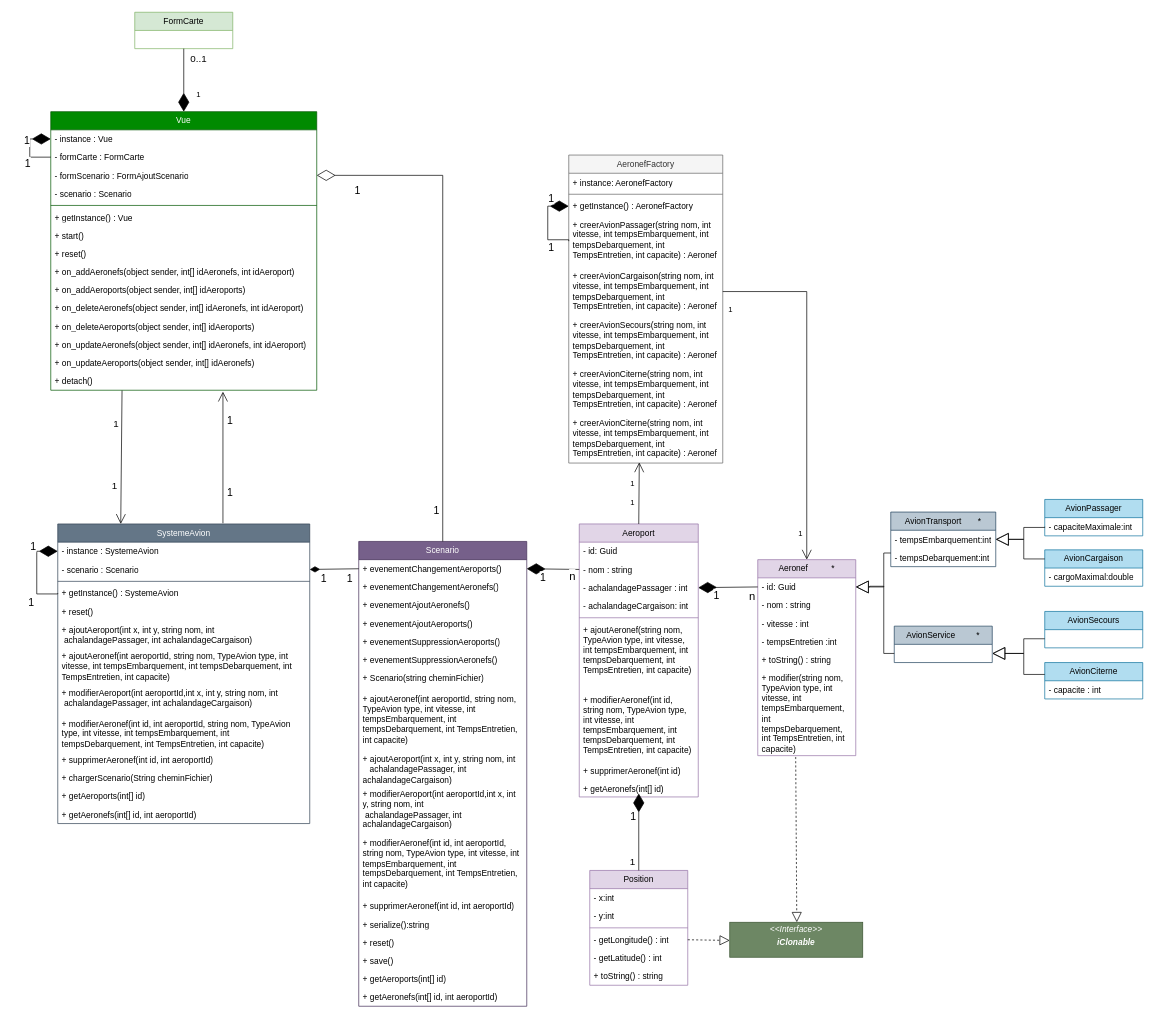
Before: Aviyons.drawio in felixcharbonneau/Echec, a draw.io diagram. Source tidied: cells renumbered, new cells numbered last; positions are measured from the earlier drawing's top-left corner, leaving out a move shared by most shapes. Both pictures are drawn from the tidied source at 70%, with x=0, y=0 at pixel (29, 12).
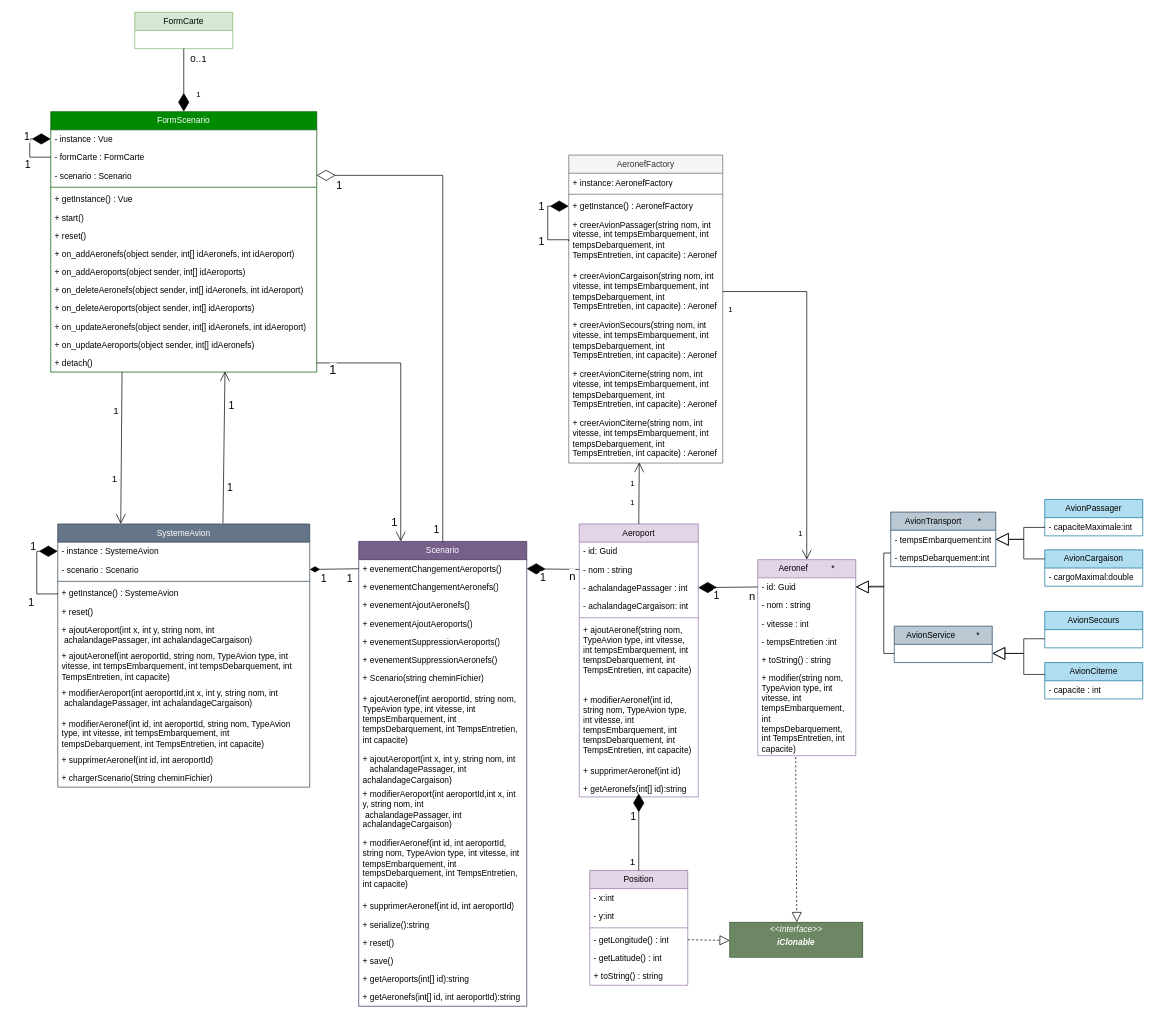
Above is the later version.

The change refers to these unchanged cells:
```xml
<mxCell id="26" style="endArrow=diamondThin;endFill=1;endSize=24;html=1;rounded=0;exitX=0;exitY=0.5;exitDx=0;exitDy=0;edgeStyle=orthogonalEdgeStyle;entryX=0;entryY=0.5;entryDx=0;entryDy=0;" parent="19" edge="1" source="21" target="20">
  <mxGeometry relative="1" as="geometry">
    <Array as="points">
      <mxPoint x="-30" y="65" />
      <mxPoint x="-30" y="39" />
    </Array>
  </mxGeometry>
</mxCell>
<mxCell id="44" value="Scenario" style="swimlane;fontStyle=0;horizontal=1;startSize=26;fillColor=#76608a;whiteSpace=wrap;html=1;strokeColor=#432D57;fontColor=#ffffff;" parent="1" vertex="1">
  <mxGeometry x="470" y="756" width="240" height="664" as="geometry" />
</mxCell>
<mxCell id="72" value="Aeroport" style="swimlane;fontStyle=0;horizontal=1;startSize=26;fillColor=#e1d5e7;whiteSpace=wrap;html=1;strokeColor=#9673a6;" parent="1" vertex="1">
  <mxGeometry x="785" y="731" width="170" height="390" as="geometry" />
</mxCell>
<mxCell id="130" style="endArrow=diamondThin;endFill=1;endSize=24;html=1;rounded=0;exitX=0;exitY=0.5;exitDx=0;exitDy=0;edgeStyle=orthogonalEdgeStyle;entryX=0;entryY=0.5;entryDx=0;entryDy=0;" parent="121" edge="1" source="125" target="124">
  <mxGeometry relative="1" as="geometry">
    <Array as="points">
      <mxPoint y="121" />
      <mxPoint x="-30" y="121" />
      <mxPoint x="-30" y="73" />
    </Array>
  </mxGeometry>
</mxCell>
```

The edit, as a diff of the source:
```diff
@@
     <mxCell id="2" value="SystemeAvion" style="swimlane;fontStyle=0;horizontal=1;startSize=26;fillColor=#647687;whiteSpace=wrap;html=1;strokeColor=#314354;fontColor=#ffffff;" parent="1" vertex="1">
-      <mxGeometry x="40" y="731" width="360" height="428" as="geometry" />
+      <mxGeometry x="40" y="731" width="360" height="376" as="geometry" />
     </mxCell>
@@
-    <mxCell id="17" value="+ getAeroports(int[] id)" style="text;strokeColor=none;fillColor=none;align=left;verticalAlign=top;spacingLeft=4;spacingRight=4;overflow=hidden;whiteSpace=wrap;html=1;" parent="2" vertex="1">
-      <mxGeometry y="376" width="360" height="26" as="geometry" />
-    </mxCell>
-    <mxCell id="18" value="+ getAeronefs(int[] id, int aeroportId)" style="text;strokeColor=none;fillColor=none;align=left;verticalAlign=top;spacingLeft=4;spacingRight=4;overflow=hidden;whiteSpace=wrap;html=1;" parent="2" vertex="1">
-      <mxGeometry y="402" width="360" height="26" as="geometry" />
-    </mxCell>
-    <mxCell id="19" value="Vue" style="swimlane;fontStyle=0;horizontal=1;startSize=26;fillColor=#008a00;whiteSpace=wrap;html=1;strokeColor=#005700;fontColor=#ffffff;" parent="1" vertex="1">
-      <mxGeometry x="30" y="142" width="380" height="398" as="geometry" />
+    <mxCell id="19" value="FormScenario" style="swimlane;fontStyle=0;horizontal=1;startSize=26;fillColor=#008a00;whiteSpace=wrap;html=1;strokeColor=#005700;fontColor=#ffffff;" parent="1" vertex="1">
+      <mxGeometry x="30" y="142" width="380" height="372" as="geometry" />
     </mxCell>
@@
-    <mxCell id="22" value="- formScenario : FormAjoutScenario" style="text;strokeColor=none;fillColor=none;align=left;verticalAlign=top;spacingLeft=4;spacingRight=4;overflow=hidden;points=[[0,0.5],[1,0.5]];portConstraint=eastwest;whiteSpace=wrap;html=1;" parent="19" vertex="1">
-      <mxGeometry y="78" width="380" height="26" as="geometry" />
-    </mxCell>
     <mxCell id="23" value="- scenario : Scenario" style="text;strokeColor=none;fillColor=none;align=left;verticalAlign=top;spacingLeft=4;spacingRight=4;overflow=hidden;whiteSpace=wrap;html=1;" parent="19" vertex="1">
-      <mxGeometry y="104" width="380" height="26" as="geometry" />
+      <mxGeometry y="78" width="380" height="26" as="geometry" />
     </mxCell>
     <mxCell id="24" style="line;strokeWidth=1;fillColor=none;align=left;verticalAlign=middle;spacingTop=-1;spacingLeft=3;spacingRight=3;labelPosition=right;strokeColor=inherit;" parent="19" vertex="1">
-      <mxGeometry y="130" width="380" height="8" as="geometry" />
+      <mxGeometry y="104" width="380" height="8" as="geometry" />
     </mxCell>
     <mxCell id="25" value="+ getInstance() : Vue" style="text;strokeColor=none;fillColor=none;align=left;verticalAlign=top;spacingLeft=4;spacingRight=4;overflow=hidden;whiteSpace=wrap;html=1;" parent="19" vertex="1">
-      <mxGeometry y="138" width="380" height="26" as="geometry" />
+      <mxGeometry y="112" width="380" height="26" as="geometry" />
     </mxCell>
@@
     <mxCell id="27" value="1" style="edgeLabel;html=1;align=center;verticalAlign=middle;fontSize=15;" parent="26" vertex="1">
       <mxGeometry x="-0.62" y="-3" relative="1" as="geometry">
-        <mxPoint x="-18" y="10" as="offset" />
+        <mxPoint x="-18" y="12" as="offset" />
       </mxGeometry>
     </mxCell>
     <mxCell id="28" value="1" style="edgeLabel;html=1;align=center;verticalAlign=middle;fontSize=15;" parent="26" vertex="1">
       <mxGeometry x="0.56" y="2" relative="1" as="geometry">
-        <mxPoint x="-16" y="3" as="offset" />
+        <mxPoint x="-16" y="-3" as="offset" />
       </mxGeometry>
     </mxCell>
     <mxCell id="29" value="+ start()" style="text;strokeColor=none;fillColor=none;align=left;verticalAlign=top;spacingLeft=4;spacingRight=4;overflow=hidden;whiteSpace=wrap;html=1;" parent="19" vertex="1">
-      <mxGeometry y="164" width="380" height="26" as="geometry" />
+      <mxGeometry y="138" width="380" height="26" as="geometry" />
     </mxCell>
     <mxCell id="30" value="+ reset()" style="text;strokeColor=none;fillColor=none;align=left;verticalAlign=top;spacingLeft=4;spacingRight=4;overflow=hidden;whiteSpace=wrap;html=1;" parent="19" vertex="1">
-      <mxGeometry y="190" width="380" height="26" as="geometry" />
+      <mxGeometry y="164" width="380" height="26" as="geometry" />
     </mxCell>
     <mxCell id="31" value="+ on_addAeronefs(object sender, int[] idAeronefs, int idAeroport)" style="text;strokeColor=none;fillColor=none;align=left;verticalAlign=top;spacingLeft=4;spacingRight=4;overflow=hidden;whiteSpace=wrap;html=1;" parent="19" vertex="1">
-      <mxGeometry y="216" width="380" height="26" as="geometry" />
+      <mxGeometry y="190" width="380" height="26" as="geometry" />
     </mxCell>
     <mxCell id="32" value="+ on_addAeroports(object sender, int[] idAeroports)" style="text;strokeColor=none;fillColor=none;align=left;verticalAlign=top;spacingLeft=4;spacingRight=4;overflow=hidden;whiteSpace=wrap;html=1;" parent="19" vertex="1">
-      <mxGeometry y="242" width="380" height="26" as="geometry" />
+      <mxGeometry y="216" width="380" height="26" as="geometry" />
     </mxCell>
     <mxCell id="33" value="+ on_deleteAeronefs(object sender, int[] idAeronefs, int idAeroport)" style="text;strokeColor=none;fillColor=none;align=left;verticalAlign=top;spacingLeft=4;spacingRight=4;overflow=hidden;whiteSpace=wrap;html=1;" parent="19" vertex="1">
-      <mxGeometry y="268" width="380" height="26" as="geometry" />
+      <mxGeometry y="242" width="380" height="26" as="geometry" />
     </mxCell>
     <mxCell id="34" value="+ on_deleteAeroports(object sender, int[] idAeroports)" style="text;strokeColor=none;fillColor=none;align=left;verticalAlign=top;spacingLeft=4;spacingRight=4;overflow=hidden;whiteSpace=wrap;html=1;" parent="19" vertex="1">
-      <mxGeometry y="294" width="380" height="26" as="geometry" />
+      <mxGeometry y="268" width="380" height="26" as="geometry" />
     </mxCell>
     <mxCell id="35" value="+ on_updateAeronefs(object sender, int[] idAeronefs, int idAeroport)" style="text;strokeColor=none;fillColor=none;align=left;verticalAlign=top;spacingLeft=4;spacingRight=4;overflow=hidden;whiteSpace=wrap;html=1;" parent="19" vertex="1">
-      <mxGeometry y="320" width="380" height="26" as="geometry" />
+      <mxGeometry y="294" width="380" height="26" as="geometry" />
     </mxCell>
     <mxCell id="36" value="+ on_updateAeroports(object sender, int[] idAeronefs)" style="text;strokeColor=none;fillColor=none;align=left;verticalAlign=top;spacingLeft=4;spacingRight=4;overflow=hidden;whiteSpace=wrap;html=1;" parent="19" vertex="1">
-      <mxGeometry y="346" width="380" height="26" as="geometry" />
+      <mxGeometry y="320" width="380" height="26" as="geometry" />
     </mxCell>
     <mxCell id="37" value="+ detach()" style="text;strokeColor=none;fillColor=none;align=left;verticalAlign=top;spacingLeft=4;spacingRight=4;overflow=hidden;points=[[0,0.5],[1,0.5]];portConstraint=eastwest;whiteSpace=wrap;html=1;" parent="19" vertex="1">
-      <mxGeometry y="372" width="380" height="26" as="geometry" />
+      <mxGeometry y="346" width="380" height="26" as="geometry" />
     </mxCell>
@@
-    <mxCell id="41" style="endArrow=open;endFill=1;endSize=12;html=1;rounded=0;" parent="1" edge="1">
+    <mxCell id="41" style="endArrow=open;endFill=1;endSize=12;html=1;rounded=0;entryX=0.655;entryY=0.964;entryDx=0;entryDy=0;entryPerimeter=0;" parent="1" edge="1" target="37">
       <mxGeometry relative="1" as="geometry">
         <mxPoint x="276" y="730" as="sourcePoint" />
-        <mxPoint x="276" y="542" as="targetPoint" />
       </mxGeometry>
     </mxCell>
@@
-    <mxCell id="60" value="+ getAeroports(int[] id)" style="text;strokeColor=none;fillColor=none;align=left;verticalAlign=top;spacingLeft=4;spacingRight=4;overflow=hidden;whiteSpace=wrap;html=1;" parent="44" vertex="1">
+    <mxCell id="60" value="+ getAeroports(int[] id):string" style="text;strokeColor=none;fillColor=none;align=left;verticalAlign=top;spacingLeft=4;spacingRight=4;overflow=hidden;whiteSpace=wrap;html=1;" parent="44" vertex="1">
       <mxGeometry y="612" width="240" height="26" as="geometry" />
     </mxCell>
-    <mxCell id="61" value="+ getAeronefs(int[] id, int aeroportId)" style="text;strokeColor=none;fillColor=none;align=left;verticalAlign=top;spacingLeft=4;spacingRight=4;overflow=hidden;whiteSpace=wrap;html=1;" parent="44" vertex="1">
+    <mxCell id="61" value="+ getAeronefs(int[] id, int aeroportId):string" style="text;strokeColor=none;fillColor=none;align=left;verticalAlign=top;spacingLeft=4;spacingRight=4;overflow=hidden;whiteSpace=wrap;html=1;" parent="44" vertex="1">
       <mxGeometry y="638" width="240" height="26" as="geometry" />
     </mxCell>
@@
-    <mxCell id="81" value="+ getAeronefs(int[] id)" style="text;strokeColor=none;fillColor=none;align=left;verticalAlign=top;spacingLeft=4;spacingRight=4;overflow=hidden;whiteSpace=wrap;html=1;" parent="72" vertex="1">
+    <mxCell id="81" value="+ getAeronefs(int[] id):string" style="text;strokeColor=none;fillColor=none;align=left;verticalAlign=top;spacingLeft=4;spacingRight=4;overflow=hidden;whiteSpace=wrap;html=1;" parent="72" vertex="1">
       <mxGeometry y="366" width="170" height="24" as="geometry" />
     </mxCell>
@@
     <mxCell id="131" value="1" style="edgeLabel;html=1;align=center;verticalAlign=middle;fontSize=15;" parent="130" vertex="1">
       <mxGeometry x="-0.62" y="-3" relative="1" as="geometry">
-        <mxPoint x="-7" y="13" as="offset" />
+        <mxPoint x="-21" y="4" as="offset" />
       </mxGeometry>
     </mxCell>
     <mxCell id="132" value="1" style="edgeLabel;html=1;align=center;verticalAlign=middle;fontSize=15;" parent="130" vertex="1">
       <mxGeometry x="0.56" y="2" relative="1" as="geometry">
-        <mxPoint x="-2" y="-11" as="offset" />
+        <mxPoint x="-16" y="1" as="offset" />
       </mxGeometry>
     </mxCell>
@@
-    <mxCell id="140" style="endArrow=diamondThin;endFill=0;endSize=24;html=1;rounded=0;exitX=0.5;exitY=0;exitDx=0;exitDy=0;edgeStyle=orthogonalEdgeStyle;entryX=1;entryY=0.5;entryDx=0;entryDy=0;" parent="1" edge="1" source="44" target="22">
+    <mxCell id="140" style="endArrow=diamondThin;endFill=0;endSize=24;html=1;rounded=0;exitX=0.5;exitY=0;exitDx=0;exitDy=0;edgeStyle=orthogonalEdgeStyle;entryX=1;entryY=0.5;entryDx=0;entryDy=0;" parent="1" edge="1" source="44">
       <mxGeometry relative="1" as="geometry">
+        <mxPoint x="410" y="233" as="targetPoint" />
         <Array as="points">
           <mxPoint x="590" y="233" />
         </Array>
       </mxGeometry>
     </mxCell>
     <mxCell id="141" value="1" style="edgeLabel;html=1;align=center;verticalAlign=middle;fontSize=15;" parent="140" vertex="1">
       <mxGeometry x="-0.62" y="-3" relative="1" as="geometry">
-        <mxPoint x="-13" y="88" as="offset" />
+        <mxPoint x="-13" y="115" as="offset" />
       </mxGeometry>
     </mxCell>
     <mxCell id="142" value="1" style="edgeLabel;html=1;align=center;verticalAlign=middle;fontSize=15;" parent="140" vertex="1">
       <mxGeometry x="0.56" y="2" relative="1" as="geometry">
-        <mxPoint x="-98" y="18" as="offset" />
+        <mxPoint x="-124" y="11" as="offset" />
       </mxGeometry>
     </mxCell>
+    <mxCell id="143" style="endArrow=open;endFill=1;endSize=12;html=1;rounded=0;entryX=0.25;entryY=0;entryDx=0;entryDy=0;exitX=1;exitY=0.5;exitDx=0;exitDy=0;edgeStyle=orthogonalEdgeStyle;" parent="1" edge="1" source="37" target="44">
+      <mxGeometry relative="1" as="geometry" />
+    </mxCell>
+    <mxCell id="144" value="1" style="edgeLabel;html=1;align=center;verticalAlign=middle;fontSize=16;" parent="143" vertex="1">
+      <mxGeometry x="0.76" y="-4" relative="1" as="geometry">
+        <mxPoint x="-6" y="17" as="offset" />
+      </mxGeometry>
+    </mxCell>
+    <mxCell id="145" value="1" style="edgeLabel;html=1;align=center;verticalAlign=middle;fontSize=18;" parent="143" vertex="1">
+      <mxGeometry x="-0.84" y="3" relative="1" as="geometry">
+        <mxPoint x="-8" y="12" as="offset" />
+      </mxGeometry>
+    </mxCell>
```
